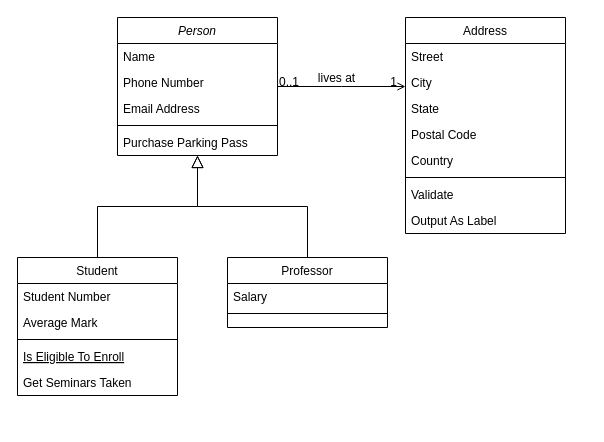
This is AI-Cockpit.drawio from cleidison-barradas/studies, a draw.io file, before an edit. Source tidied: cells renumbered, new cells numbered last; positions are measured from the earlier drawing's top-left corner, leaving out a move shared by most shapes. Both pictures are drawn from the tidied source at 100%, with x=0, y=0 at pixel (17, 17).
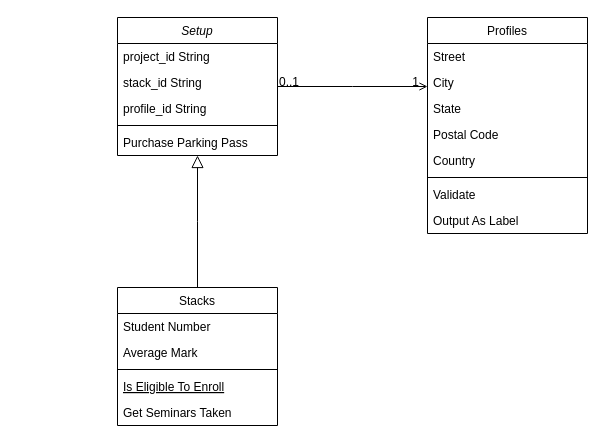
After the change.

The change refers to these unchanged cells:
```xml
<mxCell id="28" style="endArrow=open;shadow=0;strokeWidth=1;rounded=0;endFill=1;edgeStyle=elbowEdgeStyle;elbow=vertical;" parent="1" edge="1" source="2" target="19">
  <mxGeometry x="0.5" y="41" relative="1" as="geometry">
    <mxPoint x="-40" y="32" as="offset" />
  </mxGeometry>
</mxCell>
```

Diff of the diagram source:
```diff
@@
-    <mxCell id="2" value="Person" style="swimlane;fontStyle=2;align=center;verticalAlign=top;horizontal=1;startSize=26;rounded=0;shadow=0;strokeWidth=1;" parent="1" vertex="1">
+    <mxCell id="2" value="Setup" style="swimlane;fontStyle=2;align=center;verticalAlign=top;horizontal=1;startSize=26;rounded=0;shadow=0;strokeWidth=1;" parent="1" vertex="1">
       <mxGeometry x="100" width="160" height="138" as="geometry" />
     </mxCell>
-    <mxCell id="3" value="Name" style="text;align=left;verticalAlign=top;spacingLeft=4;spacingRight=4;overflow=hidden;" parent="2" vertex="1">
+    <mxCell id="3" value="project_id String" style="text;align=left;verticalAlign=top;spacingLeft=4;spacingRight=4;overflow=hidden;" parent="2" vertex="1">
       <mxGeometry y="26" width="160" height="26" as="geometry" />
     </mxCell>
-    <mxCell id="4" value="Phone Number" style="text;align=left;verticalAlign=top;spacingLeft=4;spacingRight=4;overflow=hidden;rounded=0;shadow=0;html=0;" parent="2" vertex="1">
+    <mxCell id="4" value="stack_id String" style="text;align=left;verticalAlign=top;spacingLeft=4;spacingRight=4;overflow=hidden;rounded=0;shadow=0;html=0;" parent="2" vertex="1">
       <mxGeometry y="52" width="160" height="26" as="geometry" />
     </mxCell>
-    <mxCell id="5" value="Email Address" style="text;align=left;verticalAlign=top;spacingLeft=4;spacingRight=4;overflow=hidden;rounded=0;shadow=0;html=0;" parent="2" vertex="1">
+    <mxCell id="5" value="profile_id String" style="text;align=left;verticalAlign=top;spacingLeft=4;spacingRight=4;overflow=hidden;rounded=0;shadow=0;html=0;" parent="2" vertex="1">
       <mxGeometry y="78" width="160" height="26" as="geometry" />
     </mxCell>
@@
-    <mxCell id="8" value="Student" style="swimlane;fontStyle=0;align=center;verticalAlign=top;horizontal=1;startSize=26;rounded=0;shadow=0;strokeWidth=1;" parent="1" vertex="1">
-      <mxGeometry y="240" width="160" height="138" as="geometry" />
+    <mxCell id="8" value="Stacks" style="swimlane;fontStyle=0;align=center;verticalAlign=top;horizontal=1;startSize=26;rounded=0;shadow=0;strokeWidth=1;" parent="1" vertex="1">
+      <mxGeometry x="100" y="270" width="160" height="138" as="geometry" />
     </mxCell>
@@
-    <mxCell id="15" value="Professor" style="swimlane;fontStyle=0;align=center;verticalAlign=top;horizontal=1;startSize=26;rounded=0;shadow=0;strokeWidth=1;" parent="1" vertex="1">
-      <mxGeometry x="210" y="240" width="160" height="70" as="geometry" />
-    </mxCell>
-    <mxCell id="16" value="Salary" style="text;align=left;verticalAlign=top;spacingLeft=4;spacingRight=4;overflow=hidden;" parent="15" vertex="1">
-      <mxGeometry y="26" width="160" height="26" as="geometry" />
-    </mxCell>
-    <mxCell id="17" style="line;html=1;strokeWidth=1;align=left;verticalAlign=middle;spacingTop=-1;spacingLeft=3;spacingRight=3;labelPosition=right;" parent="15" vertex="1">
-      <mxGeometry y="52" width="160" height="8" as="geometry" />
-    </mxCell>
-    <mxCell id="18" style="endArrow=block;endSize=10;endFill=0;shadow=0;strokeWidth=1;rounded=0;edgeStyle=elbowEdgeStyle;elbow=vertical;" parent="1" edge="1" source="15" target="2">
-      <mxGeometry relative="1" as="geometry" />
-    </mxCell>
-    <mxCell id="19" value="Address" style="swimlane;fontStyle=0;align=center;verticalAlign=top;horizontal=1;startSize=26;rounded=0;shadow=0;strokeWidth=1;" parent="1" vertex="1">
-      <mxGeometry x="388" width="160" height="216" as="geometry" />
+    <mxCell id="19" value="Profiles" style="swimlane;fontStyle=0;align=center;verticalAlign=top;horizontal=1;startSize=26;rounded=0;shadow=0;strokeWidth=1;" parent="1" vertex="1">
+      <mxGeometry x="410" width="160" height="216" as="geometry" />
     </mxCell>
@@
-    <mxCell id="31" value="lives at" style="text;html=1;align=center;verticalAlign=middle;labelBackgroundColor=none;rounded=0;shadow=0;strokeWidth=1;fontSize=12;" parent="28" vertex="1">
-      <mxGeometry x="0.5" y="49" relative="1" as="geometry">
-        <mxPoint x="-38" y="40" as="offset" />
-      </mxGeometry>
-    </mxCell>
```
